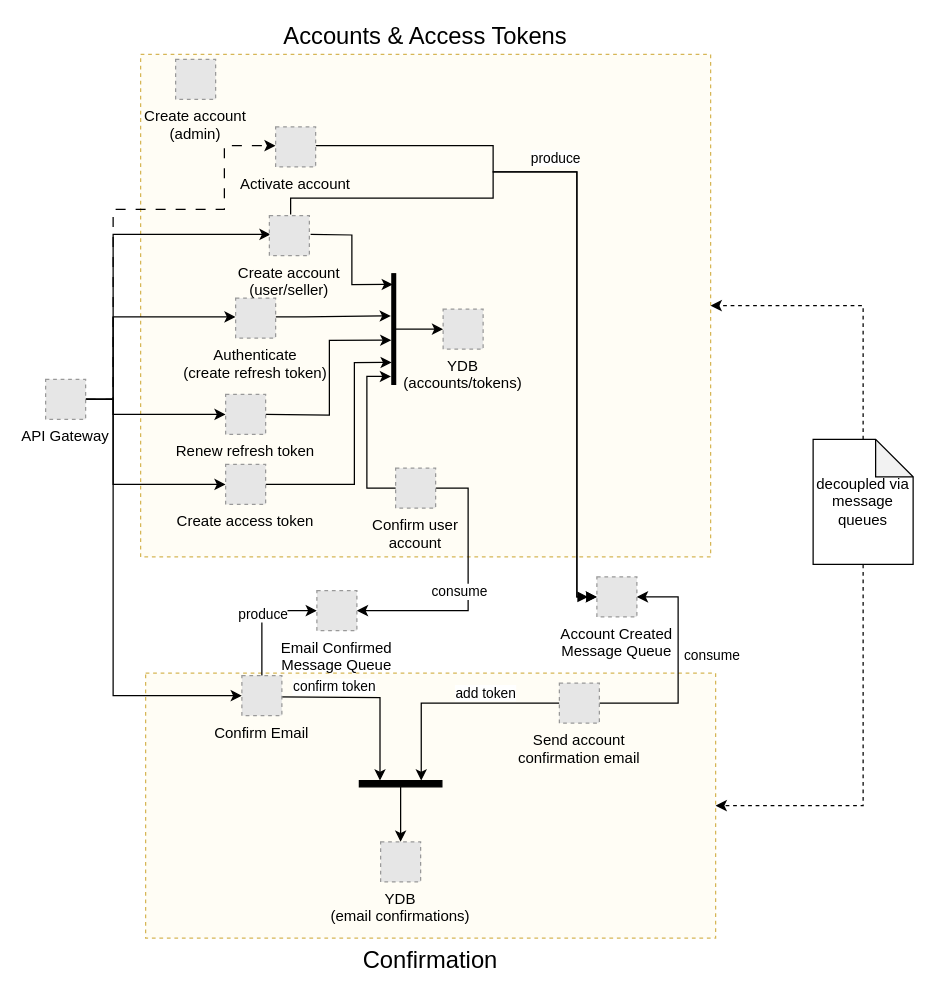
Before: app/docs/architecture/auth-service-serverless/Serverless Auth.drawio in bratushkadan/diploma, a draw.io diagram. Source tidied: cells renumbered, new cells numbered last; positions are measured from the earlier drawing's top-left corner, leaving out a move shared by most shapes. Both pictures are drawn from the tidied source at 125%, with x=0, y=0 at pixel (45, 54). Pictures stored in the file or linked from it are replaced by grey dashed boxes.
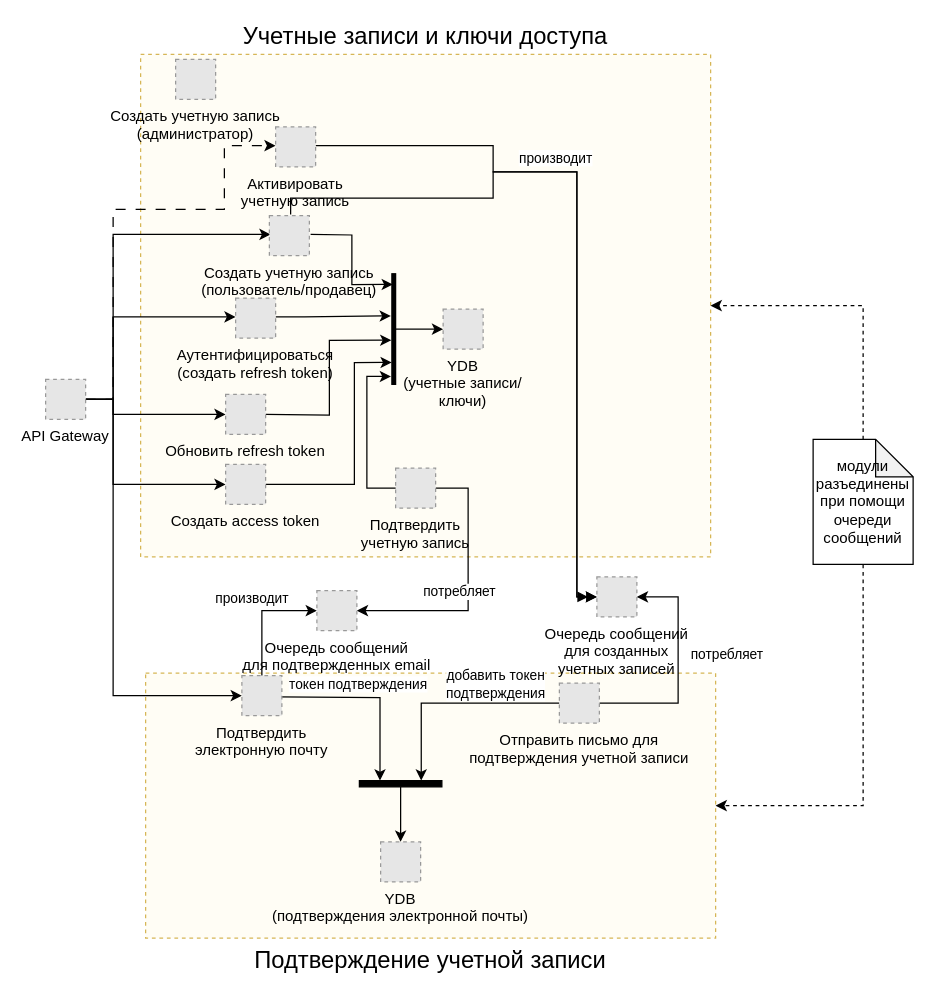
The same page after the edit.

Unchanged cells that the change refers to:
```xml
<mxCell id="17" style="edgeStyle=orthogonalEdgeStyle;rounded=0;jettySize=auto;html=1;exitX=1;exitY=0.5;exitDx=0;exitDy=0;entryX=0.25;entryY=0;entryDx=0;entryDy=0;" parent="1" edge="1" target="26">
  <mxGeometry relative="1" as="geometry">
    <mxPoint x="186" y="514" as="sourcePoint" />
  </mxGeometry>
</mxCell>
<mxCell id="19" style="edgeStyle=orthogonalEdgeStyle;rounded=0;jettySize=auto;html=1;entryX=1;entryY=0.5;entryDx=0;entryDy=0;exitX=1;exitY=0.5;exitDx=0;exitDy=0;" parent="1" edge="1" source="40" target="41">
  <mxGeometry relative="1" as="geometry">
    <Array as="points">
      <mxPoint x="338" y="347" />
      <mxPoint x="338" y="445" />
    </Array>
  </mxGeometry>
</mxCell>
<mxCell id="32" style="edgeStyle=orthogonalEdgeStyle;rounded=0;jettySize=auto;html=1;exitX=0.5;exitY=0;exitDx=0;exitDy=0;entryX=0;entryY=0.5;entryDx=0;entryDy=0;" parent="1" edge="1" source="34" target="41">
  <mxGeometry relative="1" as="geometry" />
</mxCell>
<mxCell id="35" style="edgeStyle=orthogonalEdgeStyle;rounded=0;jettySize=auto;html=1;exitX=0;exitY=0.5;exitDx=0;exitDy=0;entryX=0.75;entryY=0;entryDx=0;entryDy=0;" parent="1" edge="1" source="39" target="26">
  <mxGeometry relative="1" as="geometry" />
</mxCell>
<mxCell id="37" style="edgeStyle=orthogonalEdgeStyle;rounded=0;jettySize=auto;html=1;exitX=1;exitY=0.5;exitDx=0;exitDy=0;entryX=1;entryY=0.5;entryDx=0;entryDy=0;" parent="1" edge="1" source="39" target="14">
  <mxGeometry relative="1" as="geometry">
    <Array as="points">
      <mxPoint x="506" y="519" />
      <mxPoint x="506" y="434" />
    </Array>
  </mxGeometry>
</mxCell>
```

The edit, as a diff of the source:
```diff
@@
-    <mxCell id="2" value="Confirmation" style="rounded=0;whiteSpace=wrap;html=1;fillColor=#fff2cc;strokeColor=#d6b656;fillOpacity=20;dashed=1;labelPosition=center;verticalLabelPosition=bottom;align=center;verticalAlign=top;fontSize=19;" parent="1" vertex="1">
+    <mxCell id="2" value="Подтверждение учетной записи" style="rounded=0;whiteSpace=wrap;html=1;fillColor=#fff2cc;strokeColor=#d6b656;fillOpacity=20;dashed=1;labelPosition=center;verticalLabelPosition=bottom;align=center;verticalAlign=top;fontSize=19;" parent="1" vertex="1">
       <mxGeometry x="80" y="495" width="456" height="212" as="geometry" />
     </mxCell>
-    <mxCell id="3" value="Accounts &amp;amp; Access Tokens" style="rounded=0;whiteSpace=wrap;html=1;fillColor=#fff2cc;strokeColor=#d6b656;fillOpacity=20;dashed=1;labelPosition=center;verticalLabelPosition=top;align=center;verticalAlign=bottom;fontSize=19;" parent="1" vertex="1">
+    <mxCell id="3" value="Учетные записи и ключи доступа" style="rounded=0;whiteSpace=wrap;html=1;fillColor=#fff2cc;strokeColor=#d6b656;fillOpacity=20;dashed=1;labelPosition=center;verticalLabelPosition=top;align=center;verticalAlign=bottom;fontSize=19;" parent="1" vertex="1">
       <mxGeometry x="76" width="456" height="402" as="geometry" />
     </mxCell>
@@
-    <mxCell id="14" value="Account Created&#10;Message Queue" style="fillColor=#E6E6E6;strokeColor=#999999;dashed=1;verticalLabelPosition=bottom;verticalAlign=top;" parent="1" vertex="1">
+    <mxCell id="14" value="Очередь сообщений&#10;для созданных&#10;учетных записей" style="fillColor=#E6E6E6;strokeColor=#999999;dashed=1;verticalLabelPosition=bottom;verticalAlign=top;" parent="1" vertex="1">
       <mxGeometry x="441" y="418" width="32" height="32" as="geometry" />
     </mxCell>
@@
-    <mxCell id="18" value="confirm token" style="edgeLabel;html=1;align=center;verticalAlign=middle;" parent="17" vertex="1">
+    <mxCell id="18" value="токен подтверждения" style="edgeLabel;html=1;align=center;verticalAlign=middle;" parent="17" vertex="1">
       <mxGeometry x="-0.38" y="2" relative="1" as="geometry">
-        <mxPoint x="-2" y="-7" as="offset" />
+        <mxPoint x="17" y="-9" as="offset" />
       </mxGeometry>
     </mxCell>
@@
-    <mxCell id="20" value="consume" style="edgeLabel;html=1;align=center;verticalAlign=middle;" parent="19" vertex="1">
+    <mxCell id="20" value="потребляет" style="edgeLabel;html=1;align=center;verticalAlign=middle;" parent="19" vertex="1">
       <mxGeometry x="0.48" y="2" relative="1" as="geometry">
         <mxPoint x="26" y="-18" as="offset" />
       </mxGeometry>
     </mxCell>
-    <mxCell id="21" value="YDB&#10;(accounts/tokens)" style="fillColor=#E6E6E6;strokeColor=#999999;dashed=1;verticalLabelPosition=bottom;verticalAlign=top;" parent="1" vertex="1">
+    <mxCell id="21" value="YDB&#10;(учетные записи/&#10;ключи)" style="fillColor=#E6E6E6;strokeColor=#999999;dashed=1;verticalLabelPosition=bottom;verticalAlign=top;" parent="1" vertex="1">
       <mxGeometry x="318" y="203.8" width="32" height="32" as="geometry" />
     </mxCell>
-    <mxCell id="22" value="YDB&#10;(email confirmations)" style="fillColor=#E6E6E6;strokeColor=#999999;dashed=1;verticalLabelPosition=bottom;verticalAlign=top;" parent="1" vertex="1">
+    <mxCell id="22" value="YDB&#10;(подтверждения электронной почты)" style="fillColor=#E6E6E6;strokeColor=#999999;dashed=1;verticalLabelPosition=bottom;verticalAlign=top;" parent="1" vertex="1">
       <mxGeometry x="268" y="630" width="32" height="32" as="geometry" />
     </mxCell>
@@
-    <mxCell id="28" value="produce" style="edgeLabel;html=1;align=center;verticalAlign=middle;" parent="1" vertex="1">
+    <mxCell id="28" value="производит" style="edgeLabel;html=1;align=center;verticalAlign=middle;" parent="1" vertex="1">
       <mxGeometry x="407" y="82" as="geometry" />
     </mxCell>
@@
-    <mxCell id="31" value="decoupled via message queues" style="shape=note;whiteSpace=wrap;html=1;backgroundOutline=1;darkOpacity=0.05;" parent="1" vertex="1">
+    <mxCell id="31" value="модули разъединены при помощи очереди сообщений" style="shape=note;whiteSpace=wrap;html=1;backgroundOutline=1;darkOpacity=0.05;" parent="1" vertex="1">
       <mxGeometry x="614" y="308" width="80" height="100" as="geometry" />
     </mxCell>
@@
-    <mxCell id="33" value="produce" style="edgeLabel;html=1;align=center;verticalAlign=middle;" parent="32" vertex="1">
-      <mxGeometry x="0.04" relative="1" as="geometry" />
+    <mxCell id="33" value="производит" style="edgeLabel;html=1;align=center;verticalAlign=middle;" parent="32" vertex="1">
+      <mxGeometry x="0.04" relative="1" as="geometry">
+        <mxPoint x="-9" y="-13" as="offset" />
+      </mxGeometry>
     </mxCell>
-    <mxCell id="34" value="Confirm Email" style="fillColor=#E6E6E6;strokeColor=#999999;dashed=1;verticalLabelPosition=bottom;verticalAlign=top;" parent="1" vertex="1">
+    <mxCell id="34" value="Подтвердить&#10;электронную почту" style="fillColor=#E6E6E6;strokeColor=#999999;dashed=1;verticalLabelPosition=bottom;verticalAlign=top;" parent="1" vertex="1">
       <mxGeometry x="157" y="497" width="32" height="32" as="geometry" />
     </mxCell>
@@
-    <mxCell id="36" value="add token" style="edgeLabel;html=1;align=center;verticalAlign=middle;" parent="35" vertex="1">
+    <mxCell id="36" value="добавить токен&lt;br&gt;подтверждения" style="edgeLabel;html=1;align=center;verticalAlign=middle;" parent="35" vertex="1">
       <mxGeometry x="-0.31" y="1" relative="1" as="geometry">
-        <mxPoint y="-10" as="offset" />
+        <mxPoint x="8" y="-17" as="offset" />
       </mxGeometry>
     </mxCell>
@@
-    <mxCell id="38" value="consume" style="edgeLabel;html=1;align=center;verticalAlign=middle;" parent="37" vertex="1">
+    <mxCell id="38" value="потребляет" style="edgeLabel;html=1;align=center;verticalAlign=middle;" parent="37" vertex="1">
       <mxGeometry x="0.03" relative="1" as="geometry">
-        <mxPoint x="26" y="-9" as="offset" />
+        <mxPoint x="38" y="-10" as="offset" />
       </mxGeometry>
     </mxCell>
-    <mxCell id="39" value="Send account&#10;confirmation email" style="fillColor=#E6E6E6;strokeColor=#999999;dashed=1;verticalLabelPosition=bottom;verticalAlign=top;" parent="1" vertex="1">
+    <mxCell id="39" value="Отправить письмо для&#10;подтверждения учетной записи" style="fillColor=#E6E6E6;strokeColor=#999999;dashed=1;verticalLabelPosition=bottom;verticalAlign=top;" parent="1" vertex="1">
       <mxGeometry x="411" y="503" width="32" height="32" as="geometry" />
     </mxCell>
-    <mxCell id="40" value="Confirm user&#10;account" style="fillColor=#E6E6E6;strokeColor=#999999;dashed=1;verticalLabelPosition=bottom;verticalAlign=top;" parent="1" vertex="1">
+    <mxCell id="40" value="Подтвердить&#10;учетную запись" style="fillColor=#E6E6E6;strokeColor=#999999;dashed=1;verticalLabelPosition=bottom;verticalAlign=top;" parent="1" vertex="1">
       <mxGeometry x="280" y="331" width="32" height="32" as="geometry" />
     </mxCell>
-    <mxCell id="41" value="Email Confirmed&#10;Message Queue" style="fillColor=#E6E6E6;strokeColor=#999999;dashed=1;verticalLabelPosition=bottom;verticalAlign=top;" parent="1" vertex="1">
+    <mxCell id="41" value="Очередь сообщений&#10;для подтвержденных email" style="fillColor=#E6E6E6;strokeColor=#999999;dashed=1;verticalLabelPosition=bottom;verticalAlign=top;" parent="1" vertex="1">
       <mxGeometry x="217" y="429" width="32" height="32" as="geometry" />
     </mxCell>
@@
-    <mxCell id="43" value="Create access token" style="fillColor=#E6E6E6;strokeColor=#999999;dashed=1;verticalLabelPosition=bottom;verticalAlign=top;" parent="1" vertex="1">
+    <mxCell id="43" value="Создать access token" style="fillColor=#E6E6E6;strokeColor=#999999;dashed=1;verticalLabelPosition=bottom;verticalAlign=top;" parent="1" vertex="1">
       <mxGeometry x="144" y="328" width="32" height="32" as="geometry" />
     </mxCell>
-    <mxCell id="44" value="Renew refresh token" style="fillColor=#E6E6E6;strokeColor=#999999;dashed=1;verticalLabelPosition=bottom;verticalAlign=top;" parent="1" vertex="1">
+    <mxCell id="44" value="Обновить refresh token" style="fillColor=#E6E6E6;strokeColor=#999999;dashed=1;verticalLabelPosition=bottom;verticalAlign=top;" parent="1" vertex="1">
       <mxGeometry x="144" y="272" width="32" height="32" as="geometry" />
     </mxCell>
-    <mxCell id="45" value="Authenticate&#10;(create refresh token)" style="fillColor=#E6E6E6;strokeColor=#999999;dashed=1;verticalLabelPosition=bottom;verticalAlign=top;" parent="1" vertex="1">
+    <mxCell id="45" value="Аутентифицироваться&#10;(создать refresh token)" style="fillColor=#E6E6E6;strokeColor=#999999;dashed=1;verticalLabelPosition=bottom;verticalAlign=top;" parent="1" vertex="1">
       <mxGeometry x="152" y="195" width="32" height="32" as="geometry" />
     </mxCell>
-    <mxCell id="46" value="Create account&#10;(user/seller)" style="fillColor=#E6E6E6;strokeColor=#999999;dashed=1;verticalLabelPosition=bottom;verticalAlign=top;" parent="1" vertex="1">
+    <mxCell id="46" value="Создать учетную запись&#10;(пользователь/продавец)" style="fillColor=#E6E6E6;strokeColor=#999999;dashed=1;verticalLabelPosition=bottom;verticalAlign=top;" parent="1" vertex="1">
       <mxGeometry x="179" y="129" width="32" height="32" as="geometry" />
     </mxCell>
-    <mxCell id="47" value="Activate account" style="fillColor=#E6E6E6;strokeColor=#999999;dashed=1;verticalLabelPosition=bottom;verticalAlign=top;" parent="1" vertex="1">
+    <mxCell id="47" value="Активировать&#10;учетную запись" style="fillColor=#E6E6E6;strokeColor=#999999;dashed=1;verticalLabelPosition=bottom;verticalAlign=top;" parent="1" vertex="1">
       <mxGeometry x="184" y="58" width="32" height="32" as="geometry" />
     </mxCell>
-    <mxCell id="48" value="Create account&#10;(admin)" style="fillColor=#E6E6E6;strokeColor=#999999;dashed=1;verticalLabelPosition=bottom;verticalAlign=top;" parent="1" vertex="1">
+    <mxCell id="48" value="Создать учетную запись&#10;(администратор)" style="fillColor=#E6E6E6;strokeColor=#999999;dashed=1;verticalLabelPosition=bottom;verticalAlign=top;" parent="1" vertex="1">
       <mxGeometry x="104" y="4" width="32" height="32" as="geometry" />
     </mxCell>
```
